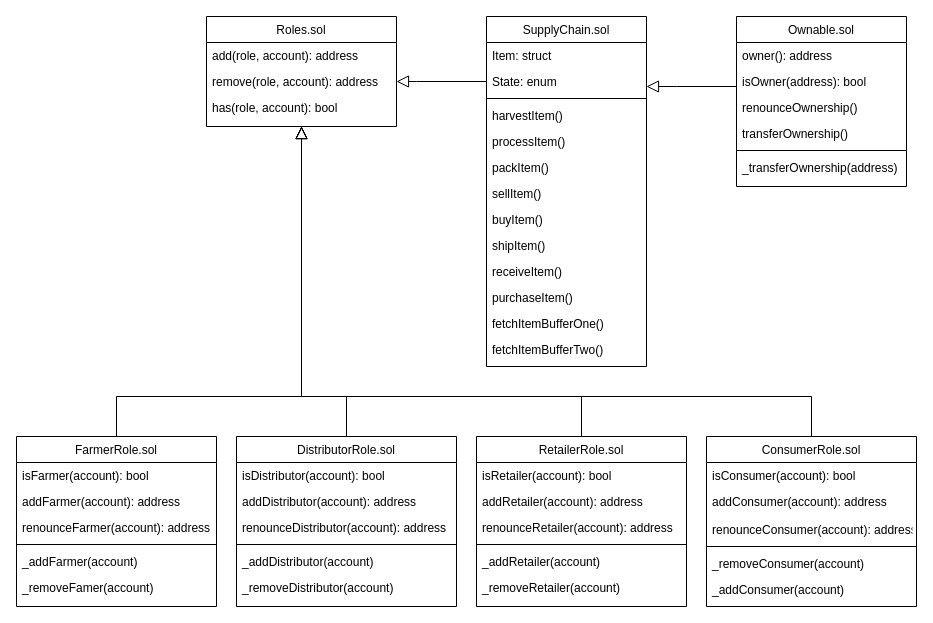
PaWeRe/Udacity-Blockchain-Nanodegree keeps this draw.io diagram as Fair_Trade_Coffe_Supply_Chain/project-6/FTC_UML-class-diagram.drawio. Above is the earlier version. Source tidied: cells renumbered, new cells numbered last; positions are measured from the earlier drawing's top-left corner, leaving out a move shared by most shapes. Both pictures are drawn from the tidied source at 100%, with x=0, y=0 at pixel (16, 16).
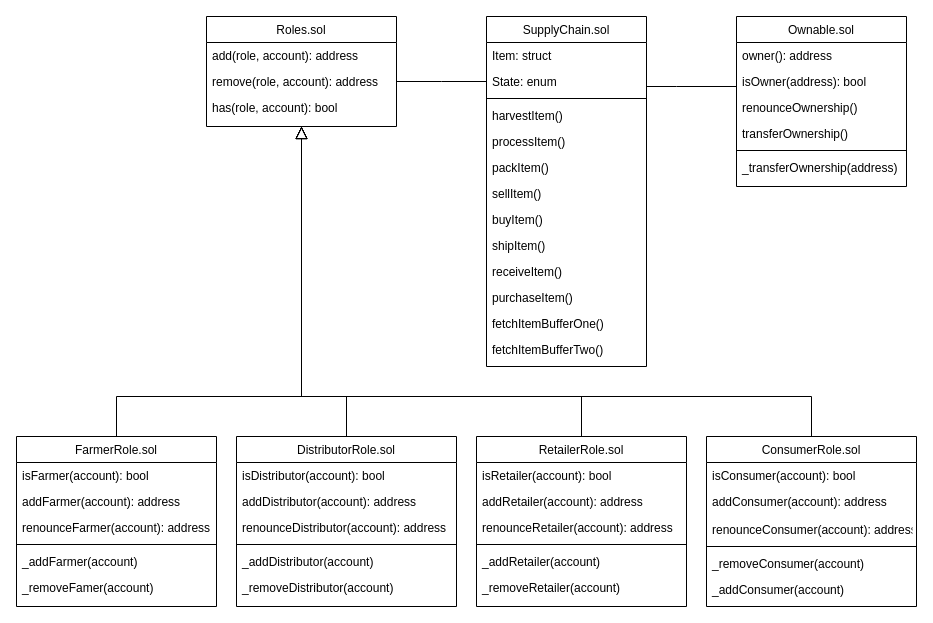
After the change.

The change refers to these unchanged cells:
```xml
<mxCell id="8" value="remove(role, account): address" style="text;align=left;verticalAlign=top;spacingLeft=4;spacingRight=4;overflow=hidden;points=[[0,0.5],[1,0.5]];portConstraint=eastwest;rounded=0;shadow=0;html=0;" parent="6" vertex="1">
  <mxGeometry y="52" width="190" height="26" as="geometry" />
</mxCell>
<mxCell id="38" value="SupplyChain.sol" style="swimlane;fontStyle=0;align=center;verticalAlign=top;horizontal=1;startSize=26;rounded=0;shadow=0;strokeWidth=1;" parent="1" vertex="1">
  <mxGeometry x="470" width="160" height="350" as="geometry" />
</mxCell>
```

What changed in the source:
```diff
@@
-    <mxCell id="52" style="endArrow=block;endSize=10;endFill=0;shadow=0;strokeWidth=1;rounded=0;edgeStyle=elbowEdgeStyle;elbow=vertical;entryX=1;entryY=0.5;entryDx=0;entryDy=0;" parent="1" edge="1" source="38" target="8">
-      <mxGeometry relative="1" as="geometry">
-        <Array as="points">
-          <mxPoint x="400" y="65" />
-          <mxPoint x="410" y="65" />
-        </Array>
-      </mxGeometry>
+    <mxCell id="52" style="endArrow=none;endSize=10;endFill=0;shadow=0;strokeWidth=1;rounded=0;edgeStyle=elbowEdgeStyle;elbow=vertical;entryX=1;entryY=0.5;entryDx=0;entryDy=0;" parent="1" edge="1" source="38" target="8">
+      <mxGeometry relative="1" as="geometry" />
     </mxCell>
@@
-    <mxCell id="60" style="endArrow=block;endSize=10;endFill=0;shadow=0;strokeWidth=1;rounded=0;edgeStyle=elbowEdgeStyle;elbow=vertical;entryX=1;entryY=0.5;entryDx=0;entryDy=0;" parent="1" edge="1">
+    <mxCell id="60" style="endArrow=none;endSize=10;endFill=0;shadow=0;strokeWidth=1;rounded=0;edgeStyle=elbowEdgeStyle;elbow=vertical;entryX=1;entryY=0.5;entryDx=0;entryDy=0;" parent="1" edge="1">
       <mxGeometry relative="1" as="geometry">
         <mxPoint x="720" y="70" as="sourcePoint" />
         <mxPoint x="630" y="70" as="targetPoint" />
         <Array as="points">
           <mxPoint x="660" y="70" />
         </Array>
       </mxGeometry>
     </mxCell>
```
